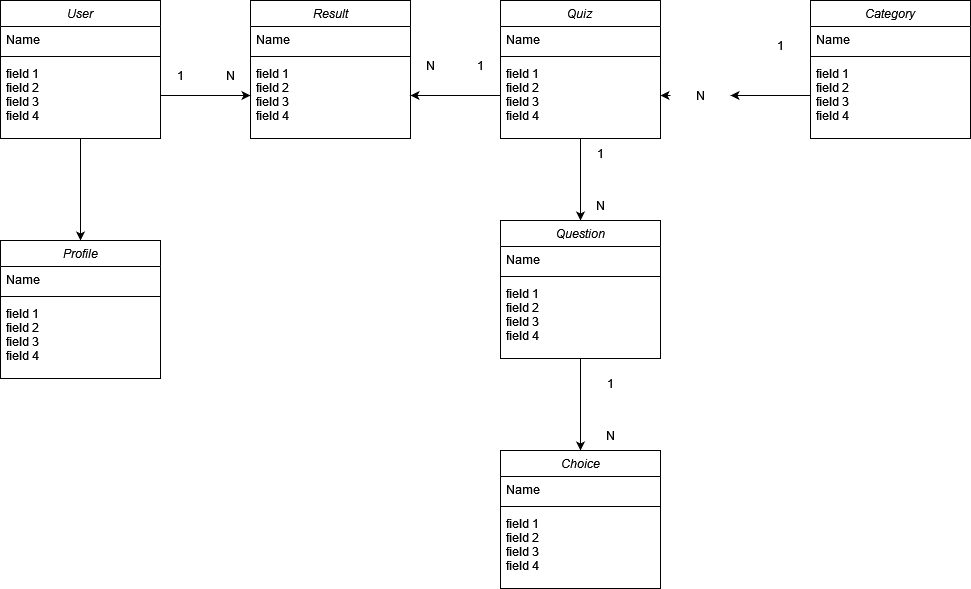
Above: docs/db_schema.drawio.png in mikolaz27/quiz_2024 (draw.io), before the change. Source tidied: cells renumbered, new cells last; positions are measured from the earlier drawing's top-left corner, leaving out a move shared by most shapes.
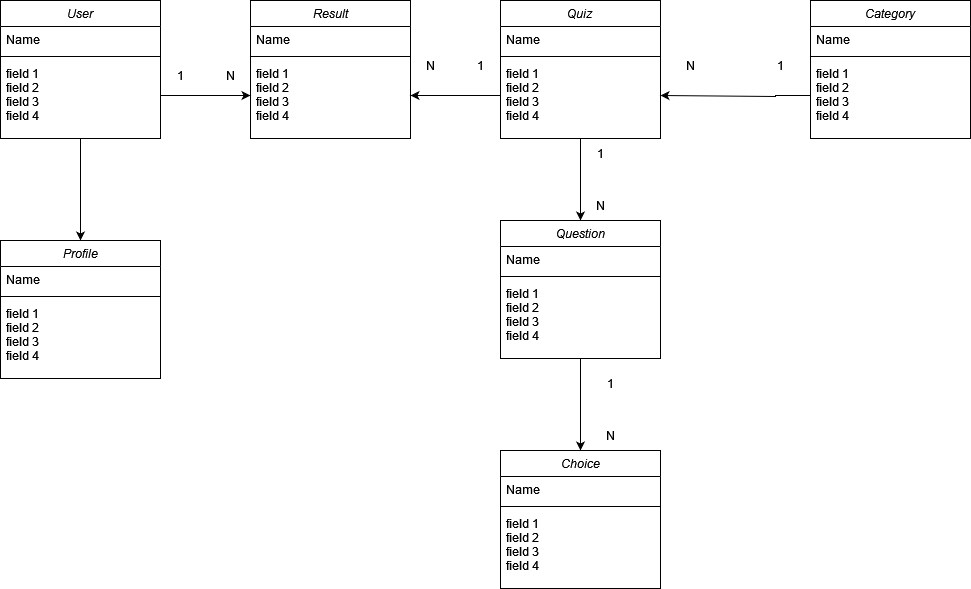
The same file after the commit.

What changed in the source:
```diff
@@ -107,17 +107,16 @@
     <mxCell id="36" value="N" style="text;html=1;align=center;verticalAlign=middle;whiteSpace=wrap;rounded=0;" parent="1" vertex="1">
       <mxGeometry x="580" y="420" width="60" height="30" as="geometry" />
     </mxCell>
-    <mxCell id="37" style="edgeStyle=orthogonalEdgeStyle;rounded=0;jettySize=auto;html=1;exitX=0;exitY=0.5;exitDx=0;exitDy=0;entryX=1;entryY=0.5;entryDx=0;entryDy=0;" parent="1" edge="1" source="39" target="6">
-      <mxGeometry relative="1" as="geometry" />
-    </mxCell>
-    <mxCell id="38" style="edgeStyle=orthogonalEdgeStyle;rounded=0;jettySize=auto;html=1;exitX=0;exitY=0.5;exitDx=0;exitDy=0;entryX=1;entryY=0.5;entryDx=0;entryDy=0;" parent="1" edge="1" source="10" target="39">
-      <mxGeometry relative="1" as="geometry" />
+    <mxCell id="38" style="edgeStyle=orthogonalEdgeStyle;rounded=0;jettySize=auto;html=1;exitX=0;exitY=0.5;exitDx=0;exitDy=0;entryX=1;entryY=0.5;entryDx=0;entryDy=0;" parent="1" edge="1" source="10" target="6">
+      <mxGeometry relative="1" as="geometry">
+        <Array as="points">
+          <mxPoint x="775" y="95" />
+          <mxPoint x="775" y="96" />
+        </Array>
+      </mxGeometry>
     </mxCell>
-    <mxCell id="39" value="N" style="text;html=1;align=center;verticalAlign=middle;whiteSpace=wrap;rounded=0;" parent="1" vertex="1">
-      <mxGeometry x="670" y="80" width="60" height="30" as="geometry" />
-    </mxCell>
     <mxCell id="40" value="1" style="text;html=1;align=center;verticalAlign=middle;whiteSpace=wrap;rounded=0;" parent="1" vertex="1">
-      <mxGeometry x="750" y="30" width="60" height="30" as="geometry" />
+      <mxGeometry x="750" y="50" width="60" height="30" as="geometry" />
     </mxCell>
     <mxCell id="41" style="edgeStyle=orthogonalEdgeStyle;rounded=0;jettySize=auto;html=1;exitX=0;exitY=0.5;exitDx=0;exitDy=0;entryX=1;entryY=0.5;entryDx=0;entryDy=0;" parent="1" edge="1" source="6" target="32">
       <mxGeometry relative="1" as="geometry" />
@@ -137,5 +136,8 @@
     <mxCell id="46" value="1" style="text;html=1;align=center;verticalAlign=middle;whiteSpace=wrap;rounded=0;" parent="1" vertex="1">
       <mxGeometry x="160" y="60" width="40" height="30" as="geometry" />
     </mxCell>
+    <mxCell id="39" value="N" style="text;html=1;align=center;verticalAlign=middle;whiteSpace=wrap;rounded=0;" parent="1" vertex="1">
+      <mxGeometry x="660" y="50" width="60" height="30" as="geometry" />
+    </mxCell>
   </root>
 </mxGraphModel>
```
